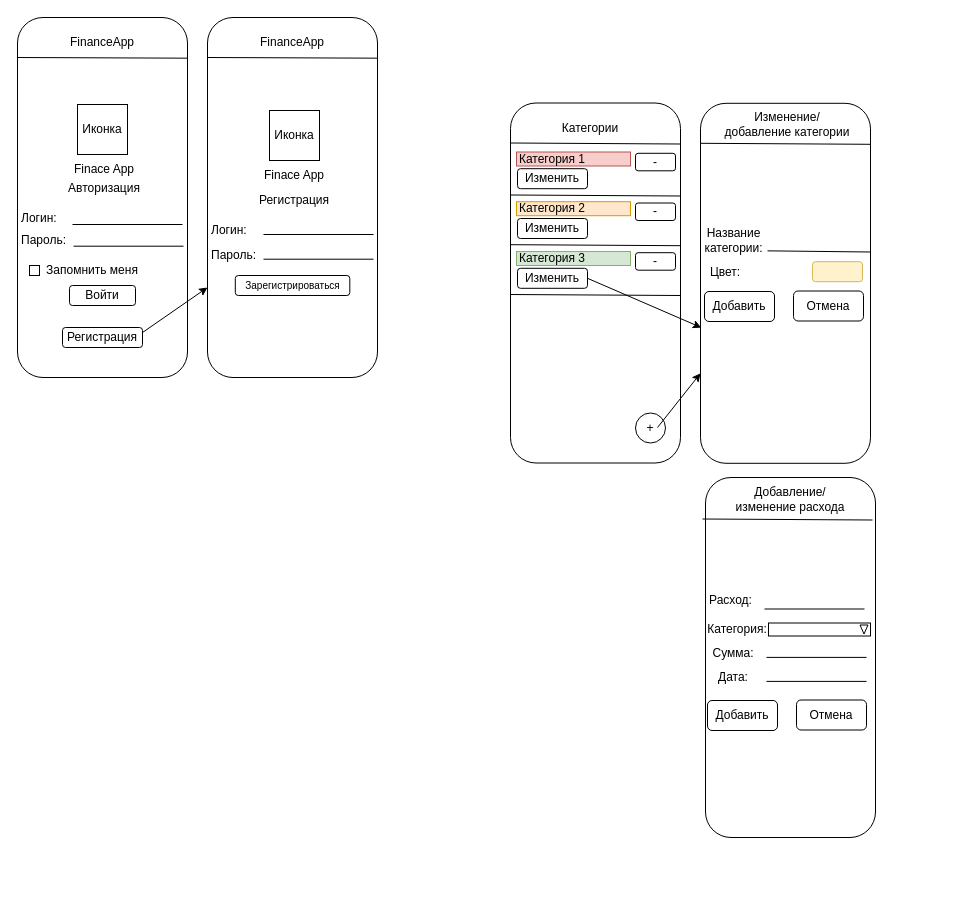
Above: 01 03 (mobilki)/maket/maket.drawio in bl1st/up (draw.io), before the change. Source tidied: cells renumbered, new cells numbered last; positions are measured from the earlier drawing's top-left corner, leaving out a move shared by most shapes. Both pictures are drawn from the tidied source at 100%, with x=0, y=0 at pixel (17, 17).
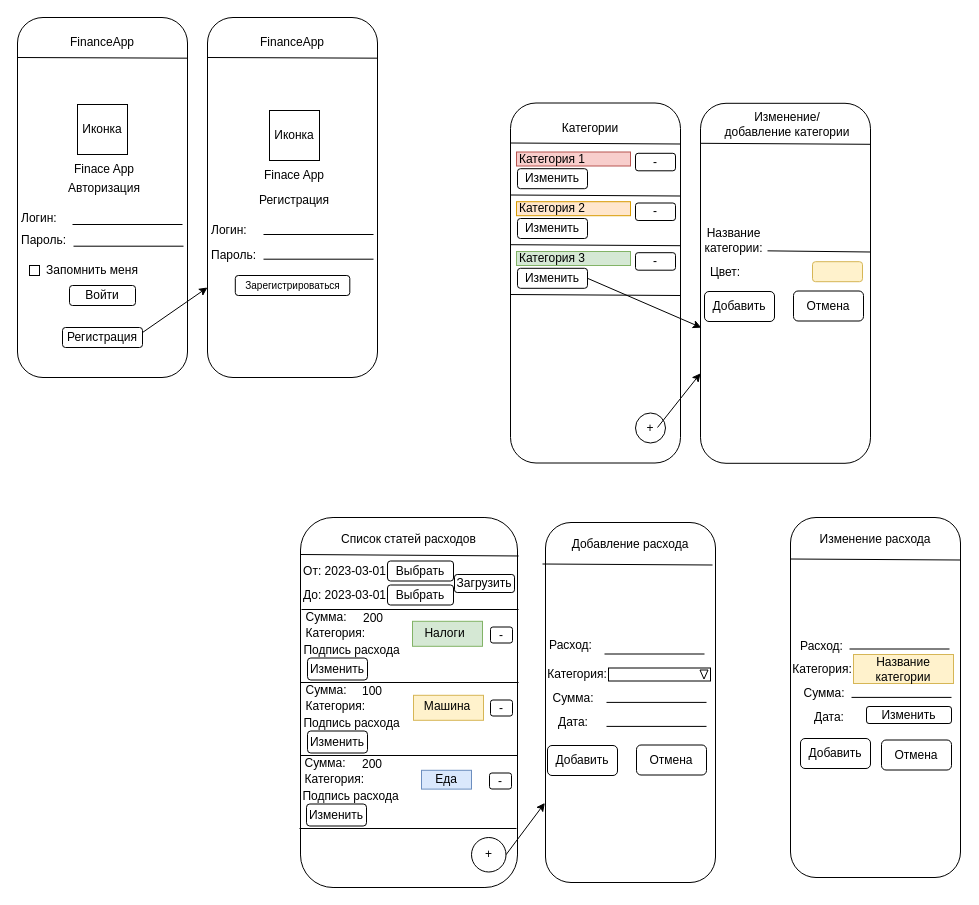
Above is the later version.

Diff of the diagram source:
```diff
@@
+    <mxCell id="74" style="rounded=1;whiteSpace=wrap;html=1;" parent="1" vertex="1">
+      <mxGeometry x="283" y="500" width="217" height="370" as="geometry" />
+    </mxCell>
+    <mxCell id="75" style="rounded=0;whiteSpace=wrap;html=1;fillColor=#fff2cc;strokeColor=#d6b656;" parent="1" vertex="1">
+      <mxGeometry x="396" y="677.8" width="70" height="25" as="geometry" />
+    </mxCell>
+    <mxCell id="76" style="rounded=0;whiteSpace=wrap;html=1;fillColor=#d5e8d4;strokeColor=#82b366;" parent="1" vertex="1">
+      <mxGeometry x="395" y="603.8" width="70" height="25" as="geometry" />
+    </mxCell>
@@
     <mxCell id="55" style="rounded=1;whiteSpace=wrap;html=1;" parent="1" vertex="1">
-      <mxGeometry x="688" y="460" width="170" height="360" as="geometry" />
+      <mxGeometry x="528" y="505" width="170" height="360" as="geometry" />
     </mxCell>
-    <mxCell id="56" value="Добавление/изменение расхода" style="text;html=1;strokeColor=none;fillColor=none;align=center;verticalAlign=middle;whiteSpace=wrap;rounded=0;" parent="1" vertex="1">
-      <mxGeometry x="708" y="467" width="130" height="30" as="geometry" />
+    <mxCell id="56" value="Добавление расхода" style="text;html=1;strokeColor=none;fillColor=none;align=center;verticalAlign=middle;whiteSpace=wrap;rounded=0;" parent="1" vertex="1">
+      <mxGeometry x="548" y="512" width="130" height="30" as="geometry" />
     </mxCell>
     <mxCell id="57" style="endArrow=none;html=1;rounded=0;exitX=1.001;exitY=0.113;exitDx=0;exitDy=0;exitPerimeter=0;" parent="1" edge="1">
       <mxGeometry relative="1" as="geometry">
-        <mxPoint x="855" y="502.5" as="sourcePoint" />
-        <mxPoint x="685" y="501.5" as="targetPoint" />
+        <mxPoint x="695" y="547.5" as="sourcePoint" />
+        <mxPoint x="525" y="546.5" as="targetPoint" />
       </mxGeometry>
     </mxCell>
     <mxCell id="58" value="Расход:" style="text;html=1;strokeColor=none;fillColor=none;align=center;verticalAlign=middle;whiteSpace=wrap;rounded=0;" parent="1" vertex="1">
-      <mxGeometry x="680" y="574.5" width="67" height="17" as="geometry" />
+      <mxGeometry x="520" y="619.5" width="67" height="17" as="geometry" />
     </mxCell>
     <mxCell id="59" style="endArrow=none;html=1;rounded=0;" parent="1" edge="1">
       <mxGeometry relative="1" as="geometry">
-        <mxPoint x="847" y="591.5" as="sourcePoint" />
-        <mxPoint x="747" y="591.5" as="targetPoint" />
+        <mxPoint x="687" y="636.5" as="sourcePoint" />
+        <mxPoint x="587" y="636.5" as="targetPoint" />
       </mxGeometry>
     </mxCell>
     <mxCell id="60" value="Категория:" style="text;html=1;strokeColor=none;fillColor=none;align=center;verticalAlign=middle;whiteSpace=wrap;rounded=0;" parent="1" vertex="1">
-      <mxGeometry x="689" y="603" width="62" height="17" as="geometry" />
+      <mxGeometry x="529" y="648" width="62" height="17" as="geometry" />
     </mxCell>
     <mxCell id="61" style="rounded=0;whiteSpace=wrap;html=1;" parent="1" vertex="1">
-      <mxGeometry x="751" y="605.5" width="102" height="13" as="geometry" />
+      <mxGeometry x="591" y="650.5" width="102" height="13" as="geometry" />
     </mxCell>
     <mxCell id="62" style="triangle;whiteSpace=wrap;html=1;rotation=90;" parent="1" vertex="1">
-      <mxGeometry x="842" y="608" width="9" height="8" as="geometry" />
+      <mxGeometry x="682" y="653" width="9" height="8" as="geometry" />
     </mxCell>
     <mxCell id="63" value="Сумма:" style="text;html=1;strokeColor=none;fillColor=none;align=center;verticalAlign=middle;whiteSpace=wrap;rounded=0;" parent="1" vertex="1">
-      <mxGeometry x="685" y="627" width="62" height="17" as="geometry" />
+      <mxGeometry x="525" y="672" width="62" height="17" as="geometry" />
     </mxCell>
     <mxCell id="64" style="endArrow=none;html=1;rounded=0;" parent="1" edge="1">
       <mxGeometry relative="1" as="geometry">
-        <mxPoint x="849" y="639.9" as="sourcePoint" />
-        <mxPoint x="749" y="639.9" as="targetPoint" />
+        <mxPoint x="689" y="684.9" as="sourcePoint" />
+        <mxPoint x="589" y="684.9" as="targetPoint" />
       </mxGeometry>
     </mxCell>
     <mxCell id="65" value="Дата:" style="text;html=1;strokeColor=none;fillColor=none;align=center;verticalAlign=middle;whiteSpace=wrap;rounded=0;" parent="1" vertex="1">
-      <mxGeometry x="685" y="651" width="62" height="17" as="geometry" />
+      <mxGeometry x="525" y="696" width="62" height="17" as="geometry" />
     </mxCell>
     <mxCell id="66" style="endArrow=none;html=1;rounded=0;" parent="1" edge="1">
       <mxGeometry relative="1" as="geometry">
-        <mxPoint x="849" y="663.9" as="sourcePoint" />
-        <mxPoint x="749" y="663.9" as="targetPoint" />
+        <mxPoint x="689" y="708.9" as="sourcePoint" />
+        <mxPoint x="589" y="708.9" as="targetPoint" />
       </mxGeometry>
     </mxCell>
     <mxCell id="67" value="Добавить" style="rounded=1;whiteSpace=wrap;html=1;" parent="1" vertex="1">
-      <mxGeometry x="690" y="683" width="70" height="30" as="geometry" />
+      <mxGeometry x="530" y="728" width="70" height="30" as="geometry" />
     </mxCell>
     <mxCell id="68" value="Отмена" style="rounded=1;whiteSpace=wrap;html=1;" parent="1" vertex="1">
-      <mxGeometry x="779" y="682.5" width="70" height="30" as="geometry" />
+      <mxGeometry x="619" y="727.5" width="70" height="30" as="geometry" />
     </mxCell>
@@
+    <mxCell id="77" value="Список статей расходов" style="text;html=1;strokeColor=none;fillColor=none;align=center;verticalAlign=middle;whiteSpace=wrap;rounded=0;" parent="1" vertex="1">
+      <mxGeometry x="318" y="507" width="147" height="30" as="geometry" />
+    </mxCell>
+    <mxCell id="78" style="endArrow=none;html=1;rounded=0;exitX=1.005;exitY=0.104;exitDx=0;exitDy=0;exitPerimeter=0;" parent="1" edge="1" source="74">
+      <mxGeometry relative="1" as="geometry">
+        <mxPoint x="283" y="537" as="targetPoint" />
+      </mxGeometry>
+    </mxCell>
+    <mxCell id="79" value="+" style="ellipse;whiteSpace=wrap;html=1;" parent="1" vertex="1">
+      <mxGeometry x="454" y="820" width="34.5" height="34.5" as="geometry" />
+    </mxCell>
+    <mxCell id="80" value="От: 2023-03-01" style="text;html=1;strokeColor=none;fillColor=none;align=center;verticalAlign=middle;whiteSpace=wrap;rounded=0;" parent="1" vertex="1">
+      <mxGeometry x="279" y="546" width="97" height="15" as="geometry" />
+    </mxCell>
+    <mxCell id="81" value="До: 2023-03-01" style="text;html=1;strokeColor=none;fillColor=none;align=center;verticalAlign=middle;whiteSpace=wrap;rounded=0;" parent="1" vertex="1">
+      <mxGeometry x="279" y="570" width="97" height="15" as="geometry" />
+    </mxCell>
+    <mxCell id="82" value="Выбрать" style="rounded=1;whiteSpace=wrap;html=1;" parent="1" vertex="1">
+      <mxGeometry x="370" y="543.5" width="66" height="20" as="geometry" />
+    </mxCell>
+    <mxCell id="83" value="Выбрать" style="rounded=1;whiteSpace=wrap;html=1;" parent="1" vertex="1">
+      <mxGeometry x="370" y="567.5" width="66" height="20" as="geometry" />
+    </mxCell>
+    <mxCell id="84" value="Загрузить" style="rounded=1;whiteSpace=wrap;html=1;" parent="1" vertex="1">
+      <mxGeometry x="437" y="557" width="60" height="18" as="geometry" />
+    </mxCell>
+    <mxCell id="85" value="Сумма:" style="text;html=1;strokeColor=none;fillColor=none;align=center;verticalAlign=middle;whiteSpace=wrap;rounded=0;" parent="1" vertex="1">
+      <mxGeometry x="279" y="584.5" width="60" height="30" as="geometry" />
+    </mxCell>
+    <mxCell id="86" style="endArrow=none;html=1;rounded=0;" parent="1" edge="1">
+      <mxGeometry relative="1" as="geometry">
+        <mxPoint x="284" y="592" as="sourcePoint" />
+        <mxPoint x="501" y="592" as="targetPoint" />
+      </mxGeometry>
+    </mxCell>
+    <mxCell id="87" style="endArrow=none;html=1;rounded=0;" parent="1" edge="1">
+      <mxGeometry relative="1" as="geometry">
+        <mxPoint x="283" y="665" as="sourcePoint" />
+        <mxPoint x="500" y="665" as="targetPoint" />
+      </mxGeometry>
+    </mxCell>
+    <mxCell id="88" value="200" style="text;html=1;strokeColor=none;fillColor=none;align=center;verticalAlign=middle;whiteSpace=wrap;rounded=0;" parent="1" vertex="1">
+      <mxGeometry x="326.2" y="589.5" width="60" height="23.5" as="geometry" />
+    </mxCell>
+    <mxCell id="89" value="Категория:&amp;nbsp;" style="text;html=1;strokeColor=none;fillColor=none;align=center;verticalAlign=middle;whiteSpace=wrap;rounded=0;" parent="1" vertex="1">
+      <mxGeometry x="284" y="607" width="72" height="18.5" as="geometry" />
+    </mxCell>
+    <mxCell id="90" value="-" style="rounded=1;whiteSpace=wrap;html=1;" parent="1" vertex="1">
+      <mxGeometry x="473" y="609.5" width="22" height="16" as="geometry" />
+    </mxCell>
+    <mxCell id="91" value="Налоги" style="text;html=1;strokeColor=none;fillColor=none;align=center;verticalAlign=middle;whiteSpace=wrap;rounded=0;" parent="1" vertex="1">
+      <mxGeometry x="405" y="606.8" width="45" height="18.8" as="geometry" />
+    </mxCell>
+    <mxCell id="92" value="Подпись расхода" style="text;html=1;strokeColor=none;fillColor=none;align=center;verticalAlign=middle;whiteSpace=wrap;rounded=0;" parent="1" vertex="1">
+      <mxGeometry x="281" y="618" width="107" height="30" as="geometry" />
+    </mxCell>
+    <mxCell id="93" value="Изменить" style="rounded=1;whiteSpace=wrap;html=1;" parent="1" vertex="1">
+      <mxGeometry x="290" y="640.5" width="60" height="22" as="geometry" />
+    </mxCell>
+    <mxCell id="94" value="Сумма:" style="text;html=1;strokeColor=none;fillColor=none;align=center;verticalAlign=middle;whiteSpace=wrap;rounded=0;" parent="1" vertex="1">
+      <mxGeometry x="279" y="657.5" width="60" height="30" as="geometry" />
+    </mxCell>
+    <mxCell id="95" style="endArrow=none;html=1;rounded=0;" parent="1" edge="1">
+      <mxGeometry relative="1" as="geometry">
+        <mxPoint x="284" y="665" as="sourcePoint" />
+        <mxPoint x="501" y="665" as="targetPoint" />
+      </mxGeometry>
+    </mxCell>
+    <mxCell id="96" style="endArrow=none;html=1;rounded=0;" parent="1" edge="1">
+      <mxGeometry relative="1" as="geometry">
+        <mxPoint x="283" y="738" as="sourcePoint" />
+        <mxPoint x="500" y="738" as="targetPoint" />
+      </mxGeometry>
+    </mxCell>
+    <mxCell id="97" value="100" style="text;html=1;strokeColor=none;fillColor=none;align=center;verticalAlign=middle;whiteSpace=wrap;rounded=0;" parent="1" vertex="1">
+      <mxGeometry x="325.2" y="662.5" width="60" height="23.5" as="geometry" />
+    </mxCell>
+    <mxCell id="98" value="Категория:&amp;nbsp;" style="text;html=1;strokeColor=none;fillColor=none;align=center;verticalAlign=middle;whiteSpace=wrap;rounded=0;" parent="1" vertex="1">
+      <mxGeometry x="284" y="680" width="72" height="18.5" as="geometry" />
+    </mxCell>
+    <mxCell id="99" value="-" style="rounded=1;whiteSpace=wrap;html=1;" parent="1" vertex="1">
+      <mxGeometry x="473" y="682.5" width="22" height="16" as="geometry" />
+    </mxCell>
+    <mxCell id="100" value="Машина" style="text;html=1;strokeColor=none;fillColor=none;align=center;verticalAlign=middle;whiteSpace=wrap;rounded=0;" parent="1" vertex="1">
+      <mxGeometry x="405" y="679.8" width="50" height="18.8" as="geometry" />
+    </mxCell>
+    <mxCell id="101" value="Подпись расхода" style="text;html=1;strokeColor=none;fillColor=none;align=center;verticalAlign=middle;whiteSpace=wrap;rounded=0;" parent="1" vertex="1">
+      <mxGeometry x="281" y="691" width="107" height="30" as="geometry" />
+    </mxCell>
+    <mxCell id="102" value="Изменить" style="rounded=1;whiteSpace=wrap;html=1;" parent="1" vertex="1">
+      <mxGeometry x="290" y="713.5" width="60" height="22" as="geometry" />
+    </mxCell>
+    <mxCell id="103" value="Сумма:" style="text;html=1;strokeColor=none;fillColor=none;align=center;verticalAlign=middle;whiteSpace=wrap;rounded=0;" parent="1" vertex="1">
+      <mxGeometry x="278" y="730.5" width="60" height="30" as="geometry" />
+    </mxCell>
+    <mxCell id="104" style="endArrow=none;html=1;rounded=0;" parent="1" edge="1">
+      <mxGeometry relative="1" as="geometry">
+        <mxPoint x="283" y="738" as="sourcePoint" />
+        <mxPoint x="500" y="738" as="targetPoint" />
+      </mxGeometry>
+    </mxCell>
+    <mxCell id="105" style="endArrow=none;html=1;rounded=0;" parent="1" edge="1">
+      <mxGeometry relative="1" as="geometry">
+        <mxPoint x="282" y="811" as="sourcePoint" />
+        <mxPoint x="499" y="811" as="targetPoint" />
+      </mxGeometry>
+    </mxCell>
+    <mxCell id="106" value="200" style="text;html=1;strokeColor=none;fillColor=none;align=center;verticalAlign=middle;whiteSpace=wrap;rounded=0;" parent="1" vertex="1">
+      <mxGeometry x="325.2" y="735.5" width="60" height="23.5" as="geometry" />
+    </mxCell>
+    <mxCell id="107" value="Категория:&amp;nbsp;" style="text;html=1;strokeColor=none;fillColor=none;align=center;verticalAlign=middle;whiteSpace=wrap;rounded=0;" parent="1" vertex="1">
+      <mxGeometry x="283" y="753" width="72" height="18.5" as="geometry" />
+    </mxCell>
+    <mxCell id="108" value="-" style="rounded=1;whiteSpace=wrap;html=1;" parent="1" vertex="1">
+      <mxGeometry x="472" y="755.5" width="22" height="16" as="geometry" />
+    </mxCell>
+    <mxCell id="109" value="Еда" style="text;html=1;strokeColor=#6c8ebf;fillColor=#dae8fc;align=center;verticalAlign=middle;whiteSpace=wrap;rounded=0;" parent="1" vertex="1">
+      <mxGeometry x="404" y="752.8" width="50" height="18.8" as="geometry" />
+    </mxCell>
+    <mxCell id="110" value="Подпись расхода" style="text;html=1;strokeColor=none;fillColor=none;align=center;verticalAlign=middle;whiteSpace=wrap;rounded=0;" parent="1" vertex="1">
+      <mxGeometry x="280" y="764" width="107" height="30" as="geometry" />
+    </mxCell>
+    <mxCell id="111" value="Изменить" style="rounded=1;whiteSpace=wrap;html=1;" parent="1" vertex="1">
+      <mxGeometry x="289" y="786.5" width="60" height="22" as="geometry" />
+    </mxCell>
+    <mxCell id="112" style="endArrow=classic;html=1;rounded=0;entryX=-0.004;entryY=0.779;entryDx=0;entryDy=0;entryPerimeter=0;exitX=1;exitY=0.5;exitDx=0;exitDy=0;" parent="1" edge="1" source="79" target="55">
+      <mxGeometry relative="1" as="geometry" />
+    </mxCell>
+    <mxCell id="113" style="rounded=1;whiteSpace=wrap;html=1;" parent="1" vertex="1">
+      <mxGeometry x="773" y="500" width="170" height="360" as="geometry" />
+    </mxCell>
+    <mxCell id="114" value="Изменение расхода" style="text;html=1;strokeColor=none;fillColor=none;align=center;verticalAlign=middle;whiteSpace=wrap;rounded=0;" parent="1" vertex="1">
+      <mxGeometry x="793" y="507" width="130" height="30" as="geometry" />
+    </mxCell>
+    <mxCell id="115" style="endArrow=none;html=1;rounded=0;exitX=1.001;exitY=0.113;exitDx=0;exitDy=0;exitPerimeter=0;" parent="1" edge="1">
+      <mxGeometry relative="1" as="geometry">
+        <mxPoint x="943" y="542.5" as="sourcePoint" />
+        <mxPoint x="773" y="541.5" as="targetPoint" />
+      </mxGeometry>
+    </mxCell>
+    <mxCell id="116" style="endArrow=none;html=1;rounded=0;" parent="1" edge="1">
+      <mxGeometry relative="1" as="geometry">
+        <mxPoint x="932" y="631.5" as="sourcePoint" />
+        <mxPoint x="832" y="631.5" as="targetPoint" />
+      </mxGeometry>
+    </mxCell>
+    <mxCell id="117" value="Категория:" style="text;html=1;strokeColor=none;fillColor=none;align=center;verticalAlign=middle;whiteSpace=wrap;rounded=0;" parent="1" vertex="1">
+      <mxGeometry x="774" y="643" width="62" height="17" as="geometry" />
+    </mxCell>
+    <mxCell id="118" value="Сумма:" style="text;html=1;strokeColor=none;fillColor=none;align=center;verticalAlign=middle;whiteSpace=wrap;rounded=0;" parent="1" vertex="1">
+      <mxGeometry x="776" y="667" width="62" height="17" as="geometry" />
+    </mxCell>
+    <mxCell id="119" style="endArrow=none;html=1;rounded=0;" parent="1" edge="1">
+      <mxGeometry relative="1" as="geometry">
+        <mxPoint x="934" y="679.9" as="sourcePoint" />
+        <mxPoint x="834" y="679.9" as="targetPoint" />
+      </mxGeometry>
+    </mxCell>
+    <mxCell id="120" value="Дата:" style="text;html=1;strokeColor=none;fillColor=none;align=center;verticalAlign=middle;whiteSpace=wrap;rounded=0;" parent="1" vertex="1">
+      <mxGeometry x="781" y="691" width="62" height="17" as="geometry" />
+    </mxCell>
+    <mxCell id="121" value="Изменить" style="rounded=1;whiteSpace=wrap;html=1;" parent="1" vertex="1">
+      <mxGeometry x="849" y="689" width="85" height="17" as="geometry" />
+    </mxCell>
+    <mxCell id="122" value="Отмена" style="rounded=1;whiteSpace=wrap;html=1;" parent="1" vertex="1">
+      <mxGeometry x="864" y="722.5" width="70" height="30" as="geometry" />
+    </mxCell>
+    <mxCell id="123" value="Название категории" style="rounded=0;whiteSpace=wrap;html=1;fillColor=#fff2cc;strokeColor=#d6b656;" parent="1" vertex="1">
+      <mxGeometry x="836" y="637" width="100" height="29" as="geometry" />
+    </mxCell>
+    <mxCell id="124" value="Добавить" style="rounded=1;whiteSpace=wrap;html=1;" parent="1" vertex="1">
+      <mxGeometry x="783" y="721" width="70" height="30" as="geometry" />
+    </mxCell>
+    <mxCell id="125" value="Расход:" style="text;html=1;strokeColor=none;fillColor=none;align=center;verticalAlign=middle;whiteSpace=wrap;rounded=0;" parent="1" vertex="1">
+      <mxGeometry x="771" y="620" width="67" height="17" as="geometry" />
+    </mxCell>
```
